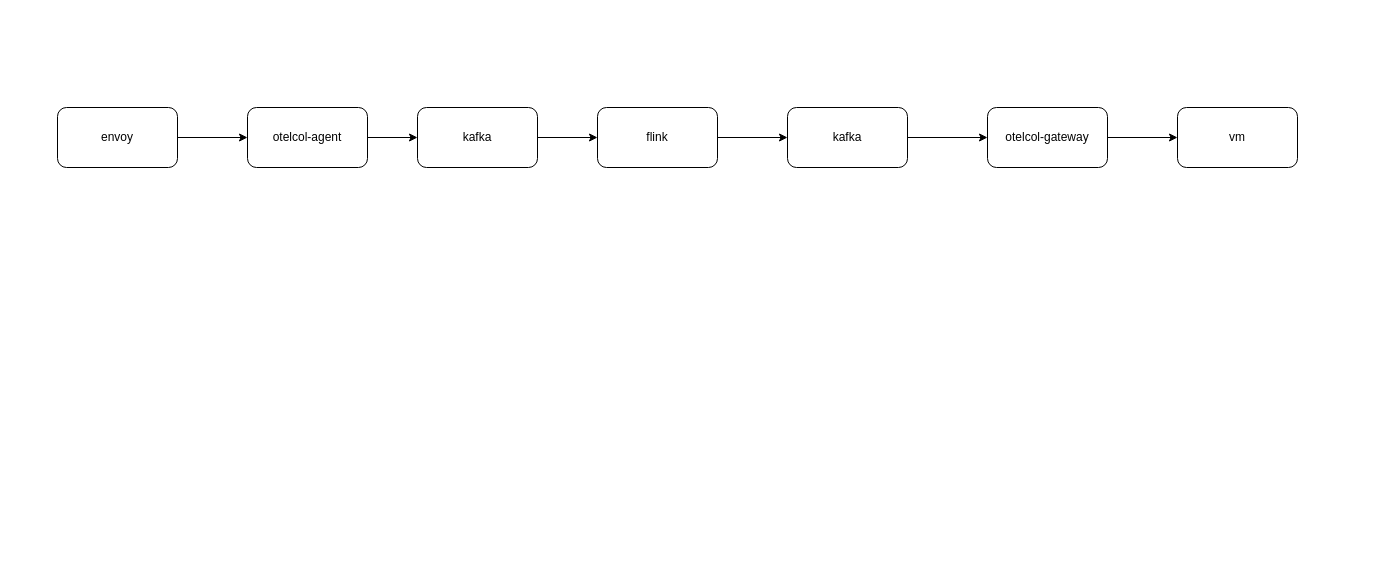
Before: 可观测.drawio in leiwingqueen/draw-io, a draw.io diagram. Source tidied: cells renumbered, new cells numbered last; positions are measured from the earlier drawing's top-left corner, leaving out a move shared by most shapes. Both pictures are drawn from the tidied source at 100%, with x=0, y=0 at pixel (57, 107).
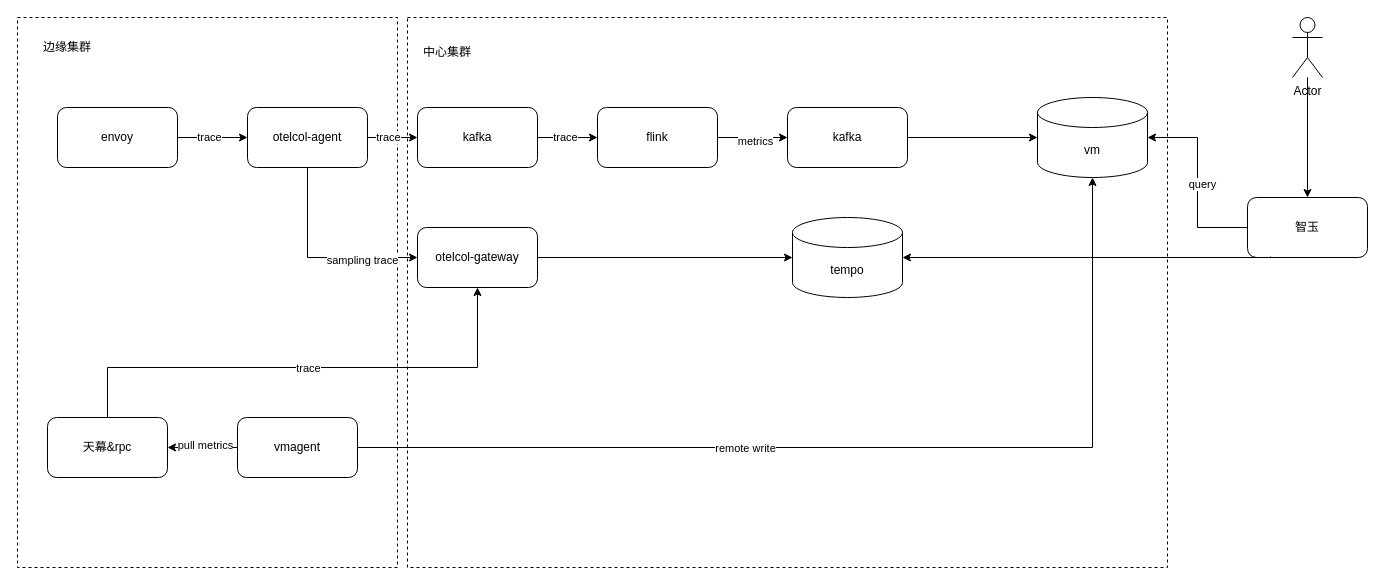
Above is the later version.

Commit message (it also covers changes not shown here):
更新可观测.drawio

The change refers to these unchanged cells:
```xml
<mxCell id="2" style="edgeStyle=orthogonalEdgeStyle;rounded=0;jettySize=auto;html=1;" parent="1" edge="1" source="3" target="7">
  <mxGeometry relative="1" as="geometry" />
</mxCell>
<mxCell id="3" value="otelcol-agent" style="rounded=1;whiteSpace=wrap;html=1;" parent="1" vertex="1">
  <mxGeometry x="190" width="120" height="60" as="geometry" />
</mxCell>
<mxCell id="4" style="edgeStyle=orthogonalEdgeStyle;rounded=0;jettySize=auto;html=1;" parent="1" edge="1" source="5" target="3">
  <mxGeometry relative="1" as="geometry" />
</mxCell>
<mxCell id="6" style="edgeStyle=orthogonalEdgeStyle;rounded=0;jettySize=auto;html=1;" parent="1" edge="1" source="7" target="9">
  <mxGeometry relative="1" as="geometry" />
</mxCell>
<mxCell id="8" style="edgeStyle=orthogonalEdgeStyle;rounded=0;jettySize=auto;html=1;" parent="1" edge="1" source="9" target="11">
  <mxGeometry relative="1" as="geometry" />
</mxCell>
<mxCell id="11" value="kafka" style="rounded=1;whiteSpace=wrap;html=1;" parent="1" vertex="1">
  <mxGeometry x="730" width="120" height="60" as="geometry" />
</mxCell>
```

The edit, as a diff of the source:
```diff
@@
+    <mxCell id="15" style="rounded=0;whiteSpace=wrap;html=1;dashed=1;" parent="1" vertex="1">
+      <mxGeometry x="350" y="-90" width="760" height="550" as="geometry" />
+    </mxCell>
+    <mxCell id="16" style="rounded=0;whiteSpace=wrap;html=1;dashed=1;" parent="1" vertex="1">
+      <mxGeometry x="-40" y="-90" width="380" height="550" as="geometry" />
+    </mxCell>
@@
+    <mxCell id="17" value="trace" style="edgeLabel;html=1;align=center;verticalAlign=middle;" parent="2" vertex="1">
+      <mxGeometry x="-0.2" y="1" relative="1" as="geometry" />
+    </mxCell>
+    <mxCell id="18" style="edgeStyle=orthogonalEdgeStyle;rounded=0;jettySize=auto;html=1;entryX=0;entryY=0.5;entryDx=0;entryDy=0;" parent="1" edge="1" source="3" target="13">
+      <mxGeometry relative="1" as="geometry">
+        <Array as="points">
+          <mxPoint x="250" y="150" />
+        </Array>
+      </mxGeometry>
+    </mxCell>
+    <mxCell id="19" value="sampling trace" style="edgeLabel;html=1;align=center;verticalAlign=middle;" parent="18" vertex="1">
+      <mxGeometry x="0.44" y="-2" relative="1" as="geometry" />
+    </mxCell>
@@
+    <mxCell id="20" value="trace" style="edgeLabel;html=1;align=center;verticalAlign=middle;" parent="4" vertex="1">
+      <mxGeometry x="-0.11" y="1" relative="1" as="geometry" />
+    </mxCell>
@@
+    <mxCell id="21" value="trace" style="edgeLabel;html=1;align=center;verticalAlign=middle;" parent="6" vertex="1">
+      <mxGeometry x="-0.1" y="1" relative="1" as="geometry" />
+    </mxCell>
@@
+    <mxCell id="22" value="metrics" style="edgeLabel;html=1;align=center;verticalAlign=middle;" parent="8" vertex="1">
+      <mxGeometry x="0.06" y="-3" relative="1" as="geometry" />
+    </mxCell>
@@
-    <mxCell id="10" style="edgeStyle=orthogonalEdgeStyle;rounded=0;jettySize=auto;html=1;" parent="1" edge="1" source="11" target="13">
-      <mxGeometry relative="1" as="geometry" />
-    </mxCell>
@@
-    <mxCell id="12" style="edgeStyle=orthogonalEdgeStyle;rounded=0;jettySize=auto;html=1;" parent="1" edge="1" source="13" target="14">
-      <mxGeometry relative="1" as="geometry" />
-    </mxCell>
+    <mxCell id="23" style="edgeStyle=orthogonalEdgeStyle;rounded=0;jettySize=auto;html=1;" parent="1" edge="1" source="13" target="24">
+      <mxGeometry relative="1" as="geometry" />
+    </mxCell>
     <mxCell id="13" value="otelcol-gateway" style="rounded=1;whiteSpace=wrap;html=1;" parent="1" vertex="1">
-      <mxGeometry x="930" width="120" height="60" as="geometry" />
+      <mxGeometry x="360" y="120" width="120" height="60" as="geometry" />
     </mxCell>
+    <mxCell id="24" value="tempo" style="shape=cylinder3;whiteSpace=wrap;html=1;boundedLbl=1;backgroundOutline=1;size=15;" parent="1" vertex="1">
+      <mxGeometry x="735" y="110" width="110" height="80" as="geometry" />
+    </mxCell>
-    <mxCell id="14" value="vm" style="rounded=1;whiteSpace=wrap;html=1;" parent="1" vertex="1">
-      <mxGeometry x="1120" width="120" height="60" as="geometry" />
+    <mxCell id="14" value="vm" style="shape=cylinder3;whiteSpace=wrap;html=1;boundedLbl=1;backgroundOutline=1;size=15;" parent="1" vertex="1">
+      <mxGeometry x="980" y="-10" width="110" height="80" as="geometry" />
     </mxCell>
+    <mxCell id="25" style="edgeStyle=orthogonalEdgeStyle;rounded=0;jettySize=auto;html=1;entryX=0;entryY=0.5;entryDx=0;entryDy=0;entryPerimeter=0;" parent="1" edge="1" source="11" target="14">
+      <mxGeometry relative="1" as="geometry" />
+    </mxCell>
+    <mxCell id="26" style="edgeStyle=orthogonalEdgeStyle;rounded=0;jettySize=auto;html=1;entryX=0.5;entryY=1;entryDx=0;entryDy=0;" parent="1" edge="1" source="28" target="13">
+      <mxGeometry relative="1" as="geometry">
+        <Array as="points">
+          <mxPoint x="50" y="260" />
+          <mxPoint x="420" y="260" />
+        </Array>
+      </mxGeometry>
+    </mxCell>
+    <mxCell id="27" value="trace" style="edgeLabel;html=1;align=center;verticalAlign=middle;" parent="26" vertex="1">
+      <mxGeometry relative="1" as="geometry" />
+    </mxCell>
+    <mxCell id="28" value="天幕&amp;amp;rpc" style="rounded=1;whiteSpace=wrap;html=1;" parent="1" vertex="1">
+      <mxGeometry x="-10" y="310" width="120" height="60" as="geometry" />
+    </mxCell>
+    <mxCell id="29" style="edgeStyle=orthogonalEdgeStyle;rounded=0;jettySize=auto;html=1;" parent="1" edge="1" source="33" target="28">
+      <mxGeometry relative="1" as="geometry" />
+    </mxCell>
+    <mxCell id="30" value="pull metrics" style="edgeLabel;html=1;align=center;verticalAlign=middle;" parent="29" vertex="1">
+      <mxGeometry x="-0.06" y="-3" relative="1" as="geometry" />
+    </mxCell>
+    <mxCell id="31" style="edgeStyle=orthogonalEdgeStyle;rounded=0;jettySize=auto;html=1;" parent="1" edge="1" source="33" target="14">
+      <mxGeometry relative="1" as="geometry" />
+    </mxCell>
+    <mxCell id="32" value="remote write" style="edgeLabel;html=1;align=center;verticalAlign=middle;" parent="31" vertex="1">
+      <mxGeometry x="-0.23" relative="1" as="geometry" />
+    </mxCell>
+    <mxCell id="33" value="vmagent" style="rounded=1;whiteSpace=wrap;html=1;" parent="1" vertex="1">
+      <mxGeometry x="180" y="310" width="120" height="60" as="geometry" />
+    </mxCell>
+    <mxCell id="34" value="智玉" style="rounded=1;whiteSpace=wrap;html=1;" parent="1" vertex="1">
+      <mxGeometry x="1190" y="90" width="120" height="60" as="geometry" />
+    </mxCell>
+    <mxCell id="35" style="edgeStyle=orthogonalEdgeStyle;rounded=0;jettySize=auto;html=1;entryX=1;entryY=0.5;entryDx=0;entryDy=0;entryPerimeter=0;" parent="1" edge="1" source="34" target="14">
+      <mxGeometry relative="1" as="geometry" />
+    </mxCell>
+    <mxCell id="36" value="query" style="edgeLabel;html=1;align=center;verticalAlign=middle;" parent="35" vertex="1">
+      <mxGeometry x="-0.01" y="-4" relative="1" as="geometry" />
+    </mxCell>
+    <mxCell id="37" style="edgeStyle=orthogonalEdgeStyle;rounded=0;jettySize=auto;html=1;entryX=1;entryY=0.5;entryDx=0;entryDy=0;entryPerimeter=0;exitX=0.192;exitY=0.983;exitDx=0;exitDy=0;exitPerimeter=0;" parent="1" edge="1" source="34" target="24">
+      <mxGeometry relative="1" as="geometry">
+        <Array as="points">
+          <mxPoint x="1213" y="150" />
+        </Array>
+      </mxGeometry>
+    </mxCell>
+    <mxCell id="38" style="edgeStyle=orthogonalEdgeStyle;rounded=0;jettySize=auto;html=1;" parent="1" edge="1" source="39" target="34">
+      <mxGeometry relative="1" as="geometry" />
+    </mxCell>
+    <mxCell id="39" value="Actor" style="shape=umlActor;verticalLabelPosition=bottom;verticalAlign=top;html=1;outlineConnect=0;" parent="1" vertex="1">
+      <mxGeometry x="1235" y="-90" width="30" height="60" as="geometry" />
+    </mxCell>
+    <mxCell id="40" value="边缘集群" style="text;html=1;align=center;verticalAlign=middle;whiteSpace=wrap;rounded=0;" parent="1" vertex="1">
+      <mxGeometry x="-20" y="-75" width="60" height="30" as="geometry" />
+    </mxCell>
+    <mxCell id="41" value="中心集群" style="text;html=1;align=center;verticalAlign=middle;whiteSpace=wrap;rounded=0;" parent="1" vertex="1">
+      <mxGeometry x="360" y="-70" width="60" height="30" as="geometry" />
+    </mxCell>
```
